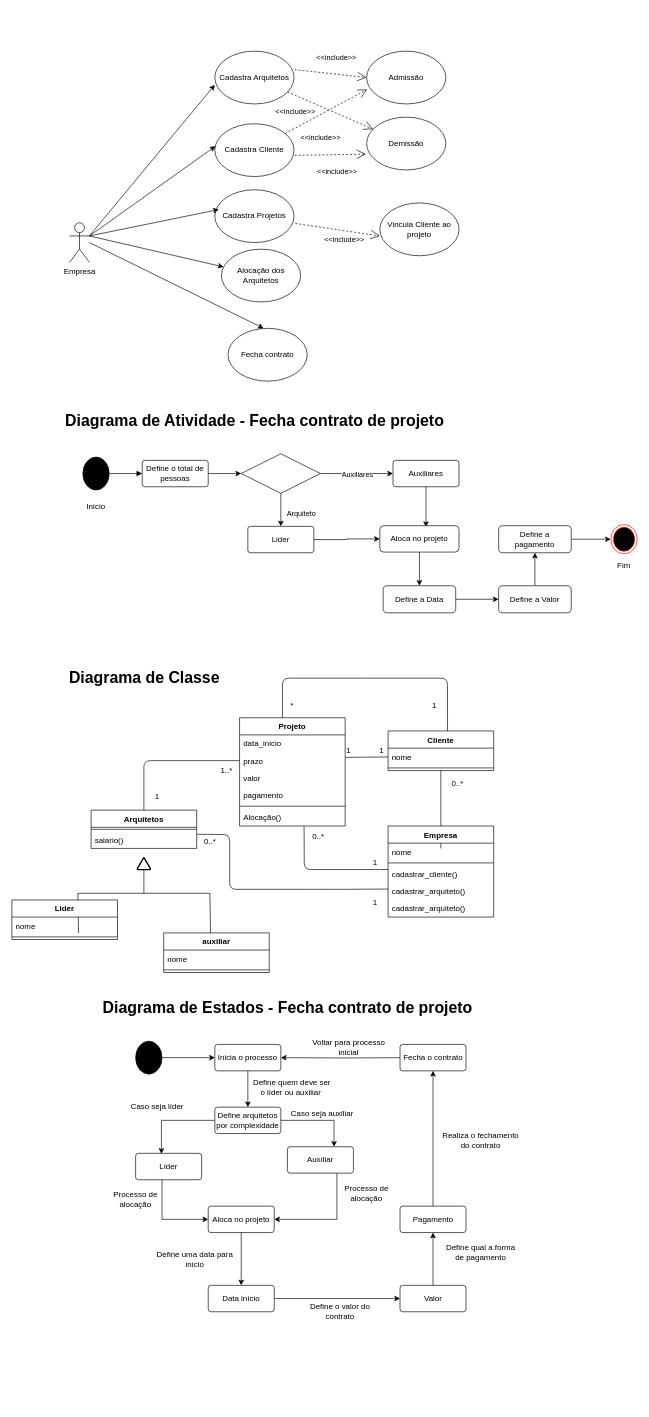
EdneiFNeto/UML keeps this draw.io diagram as Untitled Diagram.drawio. Above is the earlier version. Source tidied: cells renumbered, new cells numbered last; positions are measured from the earlier drawing's top-left corner, leaving out a move shared by most shapes. Both pictures are drawn from the tidied source at 66%, with x=0, y=0 at pixel (11, 51).
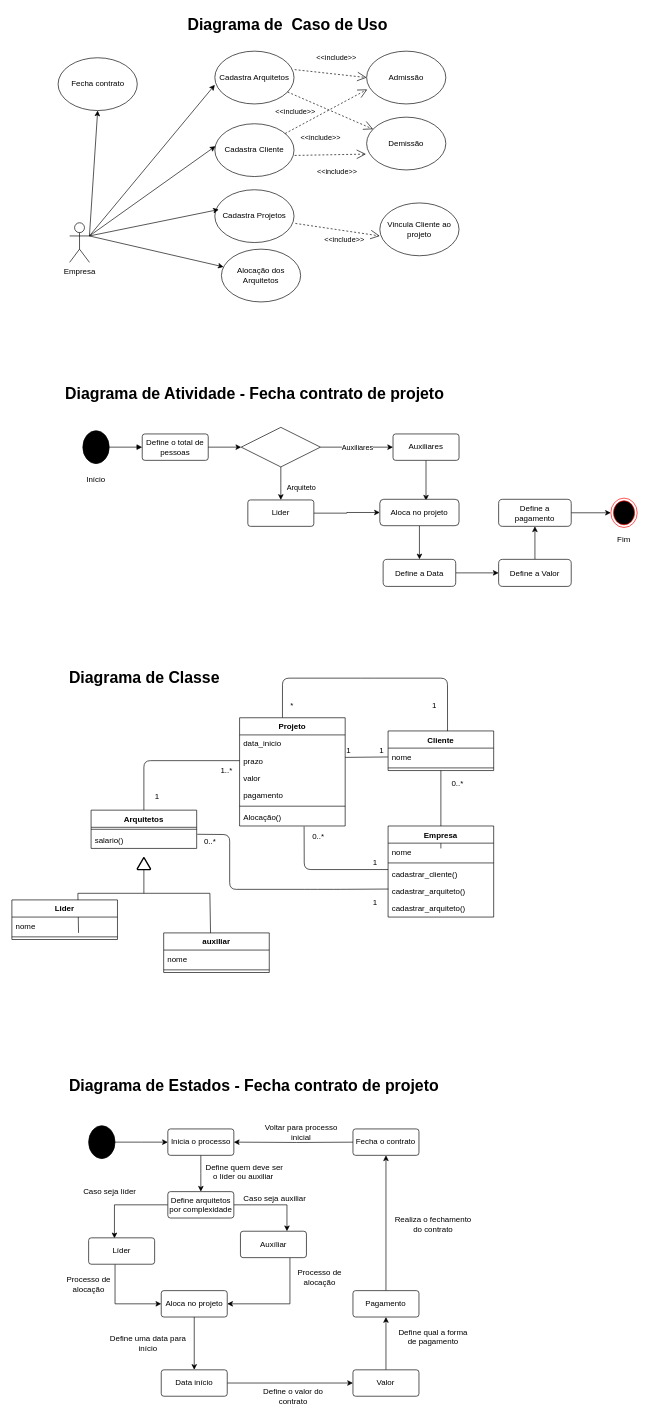
The same diagram, later.

Commit message:
finalizando edição dos titulos

What changed in the source:
```diff
@@
     <mxCell id="9" value="Fecha contrato" style="ellipse;whiteSpace=wrap;html=1;" parent="1" vertex="1">
-      <mxGeometry x="328" y="420" width="120" height="80" as="geometry" />
+      <mxGeometry x="70.5" y="10" width="120" height="80" as="geometry" />
     </mxCell>
-    <mxCell id="10" style="endArrow=classic;html=1;entryX=0.45;entryY=0;entryDx=0;entryDy=0;entryPerimeter=0;" parent="1" edge="1" target="9">
+    <mxCell id="10" style="endArrow=classic;html=1;entryX=0.5;entryY=1;entryDx=0;entryDy=0;" parent="1" edge="1" target="9">
       <mxGeometry relative="1" as="geometry">
-        <mxPoint x="118" y="290" as="sourcePoint" />
+        <mxPoint x="118" y="280" as="sourcePoint" />
       </mxGeometry>
     </mxCell>
@@
     <mxCell id="21" style="shape=mxgraph.bpmn.shape;html=1;verticalLabelPosition=bottom;labelBackgroundColor=#000;verticalAlign=top;align=center;perimeter=ellipsePerimeter;outlineConnect=0;outline=standard;symbol=general;strokeColor=#000;fillColor=#000000;" parent="1" vertex="1">
-      <mxGeometry x="108" y="615" width="40" height="50" as="geometry" />
+      <mxGeometry x="108" y="575" width="40" height="50" as="geometry" />
     </mxCell>
@@
     <mxCell id="23" style="shape=rhombus;perimeter=rhombusPerimeter;whiteSpace=wrap;html=1;align=center;" parent="1" vertex="1">
-      <mxGeometry x="348" y="610" width="120" height="60" as="geometry" />
+      <mxGeometry x="348" y="570" width="120" height="60" as="geometry" />
     </mxCell>
     <mxCell id="24" value="Define o total de pessoas" style="rounded=1;arcSize=10;whiteSpace=wrap;html=1;align=center;" parent="1" vertex="1">
-      <mxGeometry x="198" y="620" width="100" height="40" as="geometry" />
+      <mxGeometry x="198" y="580" width="100" height="40" as="geometry" />
     </mxCell>
@@
     <mxCell id="31" value="Auxiliares" style="rounded=1;arcSize=10;whiteSpace=wrap;html=1;align=center;" parent="1" vertex="1">
-      <mxGeometry x="578" y="620" width="100" height="40" as="geometry" />
+      <mxGeometry x="578" y="580" width="100" height="40" as="geometry" />
     </mxCell>
@@
     <mxCell id="33" value="Lider" style="rounded=1;arcSize=10;whiteSpace=wrap;html=1;align=center;" parent="1" vertex="1">
-      <mxGeometry x="358" y="720" width="100" height="40" as="geometry" />
+      <mxGeometry x="358" y="680" width="100" height="40" as="geometry" />
     </mxCell>
@@
     <mxCell id="35" value="Aloca no projeto" style="rounded=1;whiteSpace=wrap;html=1;" parent="1" vertex="1">
-      <mxGeometry x="558" y="719" width="120" height="40" as="geometry" />
+      <mxGeometry x="558" y="679" width="120" height="40" as="geometry" />
     </mxCell>
@@
     <mxCell id="37" value="Define a Data" style="rounded=1;whiteSpace=wrap;html=1;" parent="1" vertex="1">
-      <mxGeometry x="563" y="810" width="110" height="41" as="geometry" />
+      <mxGeometry x="563" y="770" width="110" height="41" as="geometry" />
     </mxCell>
@@
     <mxCell id="39" value="Define a Valor" style="rounded=1;whiteSpace=wrap;html=1;" parent="1" vertex="1">
-      <mxGeometry x="738" y="810" width="110" height="41" as="geometry" />
+      <mxGeometry x="738" y="770" width="110" height="41" as="geometry" />
     </mxCell>
@@
     <mxCell id="41" value="Define a pagamento" style="rounded=1;whiteSpace=wrap;html=1;" parent="1" vertex="1">
-      <mxGeometry x="738" y="719" width="110" height="41" as="geometry" />
+      <mxGeometry x="738" y="679" width="110" height="41" as="geometry" />
     </mxCell>
     <mxCell id="42" style="ellipse;html=1;shape=endState;fillColor=#000000;strokeColor=#ff0000;" parent="1" vertex="1">
-      <mxGeometry x="908" y="717.2" width="40" height="44.5" as="geometry" />
+      <mxGeometry x="908" y="677.2" width="40" height="44.5" as="geometry" />
     </mxCell>
     <mxCell id="43" value="Início" style="text;html=1;strokeColor=none;fillColor=none;align=center;verticalAlign=middle;whiteSpace=wrap;rounded=0;" parent="1" vertex="1">
-      <mxGeometry x="108" y="680" width="40" height="20" as="geometry" />
+      <mxGeometry x="108" y="640" width="40" height="20" as="geometry" />
     </mxCell>
     <mxCell id="44" value="Fim" style="text;html=1;strokeColor=none;fillColor=none;align=center;verticalAlign=middle;whiteSpace=wrap;rounded=0;" parent="1" vertex="1">
-      <mxGeometry x="908" y="770" width="40" height="20" as="geometry" />
+      <mxGeometry x="908" y="730" width="40" height="20" as="geometry" />
     </mxCell>
@@
     <mxCell id="68" style="edgeStyle=orthogonalEdgeStyle;rounded=0;jettySize=auto;html=1;" parent="1" edge="1" source="69">
       <mxGeometry relative="1" as="geometry">
-        <mxPoint x="308" y="1525" as="targetPoint" />
+        <mxPoint x="236.8" y="1653" as="targetPoint" />
       </mxGeometry>
     </mxCell>
     <mxCell id="69" style="shape=mxgraph.bpmn.shape;html=1;verticalLabelPosition=bottom;labelBackgroundColor=#000;verticalAlign=top;align=center;perimeter=ellipsePerimeter;outlineConnect=0;outline=standard;symbol=general;strokeColor=#000;fillColor=#000000;" parent="1" vertex="1">
-      <mxGeometry x="188" y="1500" width="40" height="50" as="geometry" />
+      <mxGeometry x="116.8" y="1628" width="40" height="50" as="geometry" />
     </mxCell>
     <mxCell id="70" style="edgeStyle=orthogonalEdgeStyle;rounded=0;jettySize=auto;html=1;" parent="1" edge="1" source="71">
       <mxGeometry relative="1" as="geometry">
-        <mxPoint x="358" y="1600" as="targetPoint" />
+        <mxPoint x="286.8" y="1728" as="targetPoint" />
       </mxGeometry>
     </mxCell>
     <mxCell id="71" value="Inicia o processo" style="rounded=1;arcSize=10;whiteSpace=wrap;html=1;align=center;" parent="1" vertex="1">
-      <mxGeometry x="308" y="1505" width="100" height="40" as="geometry" />
+      <mxGeometry x="236.8" y="1633" width="100" height="40" as="geometry" />
     </mxCell>
     <mxCell id="72" style="edgeStyle=orthogonalEdgeStyle;rounded=0;jettySize=auto;html=1;" parent="1" edge="1" source="90" target="97">
       <mxGeometry relative="1" as="geometry">
         <Array as="points">
-          <mxPoint x="488.6" y="1620" />
+          <mxPoint x="417.3" y="1748" />
         </Array>
       </mxGeometry>
     </mxCell>
@@
     <mxCell id="90" value="Define arquitetos por complexidade" style="rounded=1;arcSize=10;whiteSpace=wrap;html=1;align=center;" parent="1" vertex="1">
-      <mxGeometry x="308" y="1600" width="100" height="40" as="geometry" />
+      <mxGeometry x="236.8" y="1728" width="100" height="40" as="geometry" />
     </mxCell>
     <mxCell id="91" style="edgeStyle=orthogonalEdgeStyle;rounded=0;jettySize=auto;html=1;entryX=0;entryY=0.5;entryDx=0;entryDy=0;" parent="1" edge="1" source="95" target="99">
       <mxGeometry relative="1" as="geometry">
         <Array as="points">
-          <mxPoint x="228" y="1770" />
+          <mxPoint x="156.8" y="1898" />
         </Array>
       </mxGeometry>
     </mxCell>
@@
     <mxCell id="95" value="Líder" style="rounded=1;arcSize=10;whiteSpace=wrap;html=1;align=center;" parent="1" vertex="1">
-      <mxGeometry x="188" y="1670" width="100" height="40" as="geometry" />
+      <mxGeometry x="116.8" y="1798" width="100" height="40" as="geometry" />
     </mxCell>
@@
     <mxCell id="97" value="Auxíliar" style="rounded=1;arcSize=10;whiteSpace=wrap;html=1;align=center;" parent="1" vertex="1">
-      <mxGeometry x="418" y="1660" width="100" height="40" as="geometry" />
+      <mxGeometry x="346.8" y="1788" width="100" height="40" as="geometry" />
     </mxCell>
@@
     <mxCell id="99" value="Aloca no projeto" style="rounded=1;arcSize=10;whiteSpace=wrap;html=1;align=center;" parent="1" vertex="1">
-      <mxGeometry x="298" y="1750" width="100" height="40" as="geometry" />
+      <mxGeometry x="226.8" y="1878" width="100" height="40" as="geometry" />
     </mxCell>
@@
     <mxCell id="107" value="Data início" style="rounded=1;arcSize=10;whiteSpace=wrap;html=1;align=center;" parent="1" vertex="1">
-      <mxGeometry x="298" y="1870" width="100" height="40" as="geometry" />
+      <mxGeometry x="226.8" y="1998" width="100" height="40" as="geometry" />
     </mxCell>
@@
     <mxCell id="109" value="Valor" style="rounded=1;arcSize=10;whiteSpace=wrap;html=1;align=center;" parent="1" vertex="1">
-      <mxGeometry x="588.6" y="1870" width="100" height="40" as="geometry" />
+      <mxGeometry x="517.3" y="1998" width="100" height="40" as="geometry" />
     </mxCell>
@@
     <mxCell id="111" value="Pagamento" style="rounded=1;arcSize=10;whiteSpace=wrap;html=1;align=center;" parent="1" vertex="1">
-      <mxGeometry x="588.6" y="1750" width="100" height="40" as="geometry" />
+      <mxGeometry x="517.3" y="1878" width="100" height="40" as="geometry" />
     </mxCell>
     <mxCell id="112" style="edgeStyle=orthogonalEdgeStyle;rounded=0;jettySize=auto;html=1;entryX=1;entryY=0.5;entryDx=0;entryDy=0;" parent="1" edge="1" target="71">
       <mxGeometry relative="1" as="geometry">
-        <mxPoint x="598" y="1525" as="sourcePoint" />
+        <mxPoint x="526.8" y="1653" as="sourcePoint" />
       </mxGeometry>
     </mxCell>
     <mxCell id="113" value="Fecha o contrato" style="rounded=1;arcSize=10;whiteSpace=wrap;html=1;align=center;" parent="1" vertex="1">
-      <mxGeometry x="588.6" y="1505" width="100" height="40" as="geometry" />
+      <mxGeometry x="517.3" y="1633" width="100" height="40" as="geometry" />
     </mxCell>
     <mxCell id="114" value="Diagrama de Estados - Fecha contrato de projeto" style="text;strokeColor=none;fillColor=none;html=1;fontSize=24;fontStyle=1;verticalAlign=middle;align=center;" parent="1" vertex="1">
-      <mxGeometry x="368" y="1430" width="100" height="40" as="geometry" />
+      <mxGeometry x="316.8" y="1548" width="100" height="40" as="geometry" />
     </mxCell>
@@
     <mxCell id="116" value="Diagrama de Atividade - Fecha contrato de projeto" style="text;strokeColor=none;fillColor=none;html=1;fontSize=24;fontStyle=1;verticalAlign=middle;align=center;" parent="1" vertex="1">
-      <mxGeometry x="318" y="540" width="100" height="40" as="geometry" />
+      <mxGeometry x="318" y="500" width="100" height="40" as="geometry" />
     </mxCell>
     <mxCell id="117" value="Define quem deve ser o líder ou auxiliar&amp;nbsp;" style="text;html=1;strokeColor=none;fillColor=none;align=center;verticalAlign=middle;whiteSpace=wrap;rounded=0;" parent="1" vertex="1">
-      <mxGeometry x="364.5" y="1560" width="120" height="20" as="geometry" />
+      <mxGeometry x="293.2" y="1688" width="120" height="20" as="geometry" />
     </mxCell>
     <mxCell id="118" value="Caso seja líder" style="text;html=1;strokeColor=none;fillColor=none;align=center;verticalAlign=middle;whiteSpace=wrap;rounded=0;" parent="1" vertex="1">
-      <mxGeometry x="160.5" y="1590" width="120" height="20" as="geometry" />
+      <mxGeometry x="89.2" y="1718" width="120" height="20" as="geometry" />
     </mxCell>
     <mxCell id="119" value="Caso seja auxiliar" style="text;html=1;strokeColor=none;fillColor=none;align=center;verticalAlign=middle;whiteSpace=wrap;rounded=0;" parent="1" vertex="1">
-      <mxGeometry x="410.5" y="1600" width="120" height="20" as="geometry" />
+      <mxGeometry x="339.2" y="1728" width="120" height="20" as="geometry" />
     </mxCell>
     <mxCell id="120" value="Processo de alocação" style="text;html=1;strokeColor=none;fillColor=none;align=center;verticalAlign=middle;whiteSpace=wrap;rounded=0;" parent="1" vertex="1">
-      <mxGeometry x="128" y="1730" width="120" height="20" as="geometry" />
+      <mxGeometry x="56.8" y="1858" width="120" height="20" as="geometry" />
     </mxCell>
     <mxCell id="121" value="Processo de alocação" style="text;html=1;strokeColor=none;fillColor=none;align=center;verticalAlign=middle;whiteSpace=wrap;rounded=0;" parent="1" vertex="1">
-      <mxGeometry x="478" y="1720" width="120" height="20" as="geometry" />
+      <mxGeometry x="406.8" y="1848" width="120" height="20" as="geometry" />
     </mxCell>
     <mxCell id="122" value="Define uma data para início" style="text;html=1;strokeColor=none;fillColor=none;align=center;verticalAlign=middle;whiteSpace=wrap;rounded=0;" parent="1" vertex="1">
-      <mxGeometry x="218" y="1820" width="120" height="20" as="geometry" />
+      <mxGeometry x="146.8" y="1948" width="120" height="20" as="geometry" />
     </mxCell>
     <mxCell id="123" value="Define o valor do contrato" style="text;html=1;strokeColor=none;fillColor=none;align=center;verticalAlign=middle;whiteSpace=wrap;rounded=0;" parent="1" vertex="1">
-      <mxGeometry x="438" y="1900" width="120" height="20" as="geometry" />
+      <mxGeometry x="366.8" y="2028" width="120" height="20" as="geometry" />
     </mxCell>
     <mxCell id="124" value="Define qual a forma de pagamento" style="text;html=1;strokeColor=none;fillColor=none;align=center;verticalAlign=middle;whiteSpace=wrap;rounded=0;" parent="1" vertex="1">
-      <mxGeometry x="650.5" y="1810" width="120" height="20" as="geometry" />
+      <mxGeometry x="579.2" y="1938" width="120" height="20" as="geometry" />
     </mxCell>
     <mxCell id="125" value="Realiza o fechamento do contrato" style="text;html=1;strokeColor=none;fillColor=none;align=center;verticalAlign=middle;whiteSpace=wrap;rounded=0;" parent="1" vertex="1">
-      <mxGeometry x="650.5" y="1640" width="120" height="20" as="geometry" />
+      <mxGeometry x="579.2" y="1768" width="120" height="20" as="geometry" />
     </mxCell>
     <mxCell id="126" value="Voltar para processo inicial" style="text;html=1;strokeColor=none;fillColor=none;align=center;verticalAlign=middle;whiteSpace=wrap;rounded=0;" parent="1" vertex="1">
-      <mxGeometry x="450.5" y="1500" width="120" height="20" as="geometry" />
+      <mxGeometry x="379.2" y="1628" width="120" height="20" as="geometry" />
     </mxCell>
+    <mxCell id="127" value="Diagrama de&amp;nbsp; Caso de Uso" style="text;strokeColor=none;fillColor=none;html=1;fontSize=24;fontStyle=1;verticalAlign=middle;align=center;" parent="1" vertex="1">
+      <mxGeometry x="368" y="-60" width="100" height="40" as="geometry" />
+    </mxCell>
```
